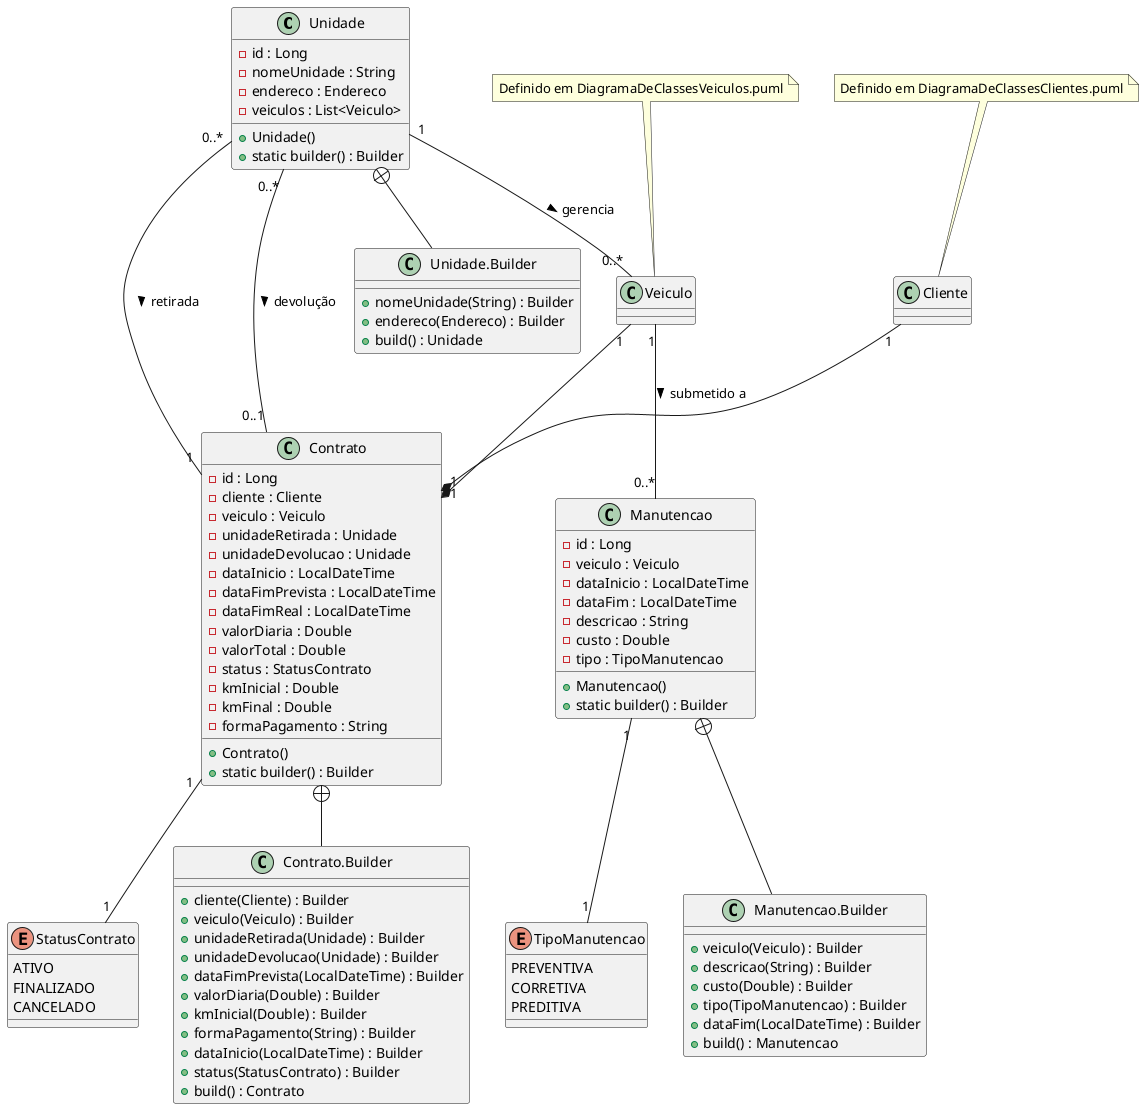
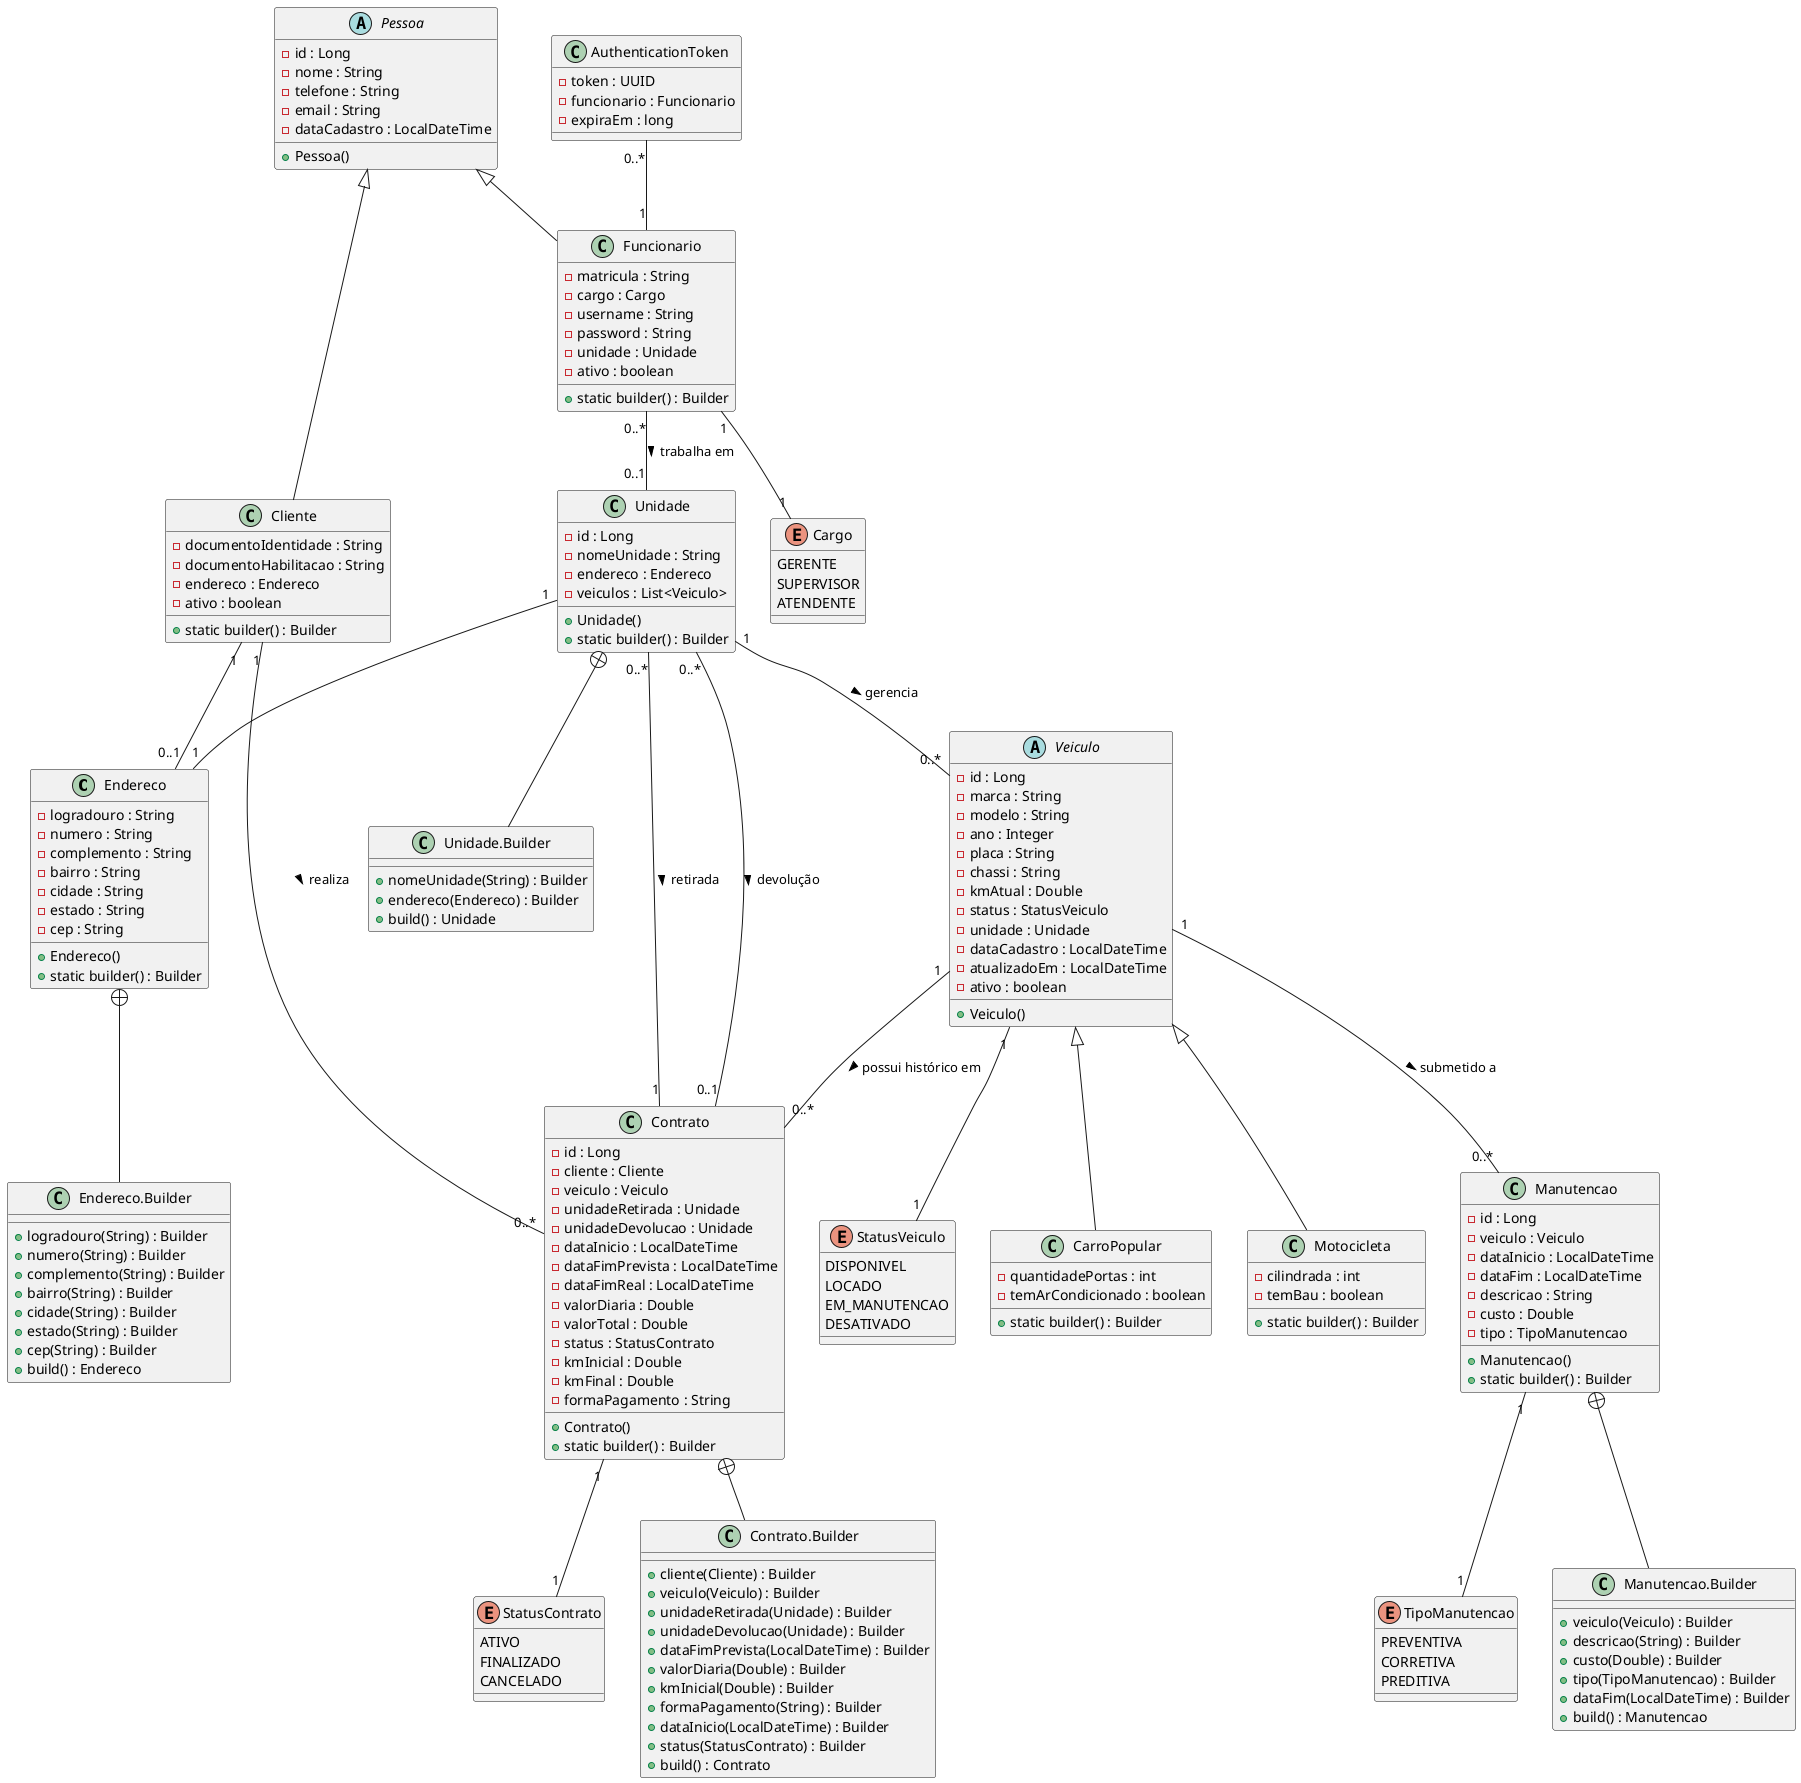
@startuml
+ 
+ class Endereco {
+   - logradouro : String
+   - numero : String
+   - complemento : String
+   - bairro : String
+   - cidade : String
+   - estado : String
+   - cep : String
+   + Endereco()
+   + static builder() : Builder
+ }
+ 
+ class "Endereco.Builder" as EnderecoBuilder {
+   + logradouro(String) : Builder
+   + numero(String) : Builder
+   + complemento(String) : Builder
+   + bairro(String) : Builder
+   + cidade(String) : Builder
+   + estado(String) : Builder
+   + cep(String) : Builder
+   + build() : Endereco
+ }
+ 
+ abstract class Pessoa {
+   - id : Long
+   - nome : String
+   - telefone : String
+   - email : String
+   - dataCadastro : LocalDateTime
+   + Pessoa()
+ }
+ 
+ class Cliente {
+   - documentoIdentidade : String
+   - documentoHabilitacao : String
+   - endereco : Endereco
+   - ativo : boolean
+   + static builder() : Builder
+ }
+ 
+ class Funcionario {
+   - matricula : String
+   - cargo : Cargo
+   - username : String
+   - password : String
+   - unidade : Unidade
+   - ativo : boolean
+   + static builder() : Builder
+ }
+ 
+ enum Cargo {
+   GERENTE
+   SUPERVISOR
+   ATENDENTE
+ }
+ 
+ class AuthenticationToken {
+   - token : UUID
+   - funcionario : Funcionario
+   - expiraEm : long
+ }

class Unidade {
  - id : Long
  - nomeUnidade : String
  - endereco : Endereco
  - veiculos : List<Veiculo>
  + Unidade()
  + static builder() : Builder
}

class "Unidade.Builder" as UnidadeBuilder {
  + nomeUnidade(String) : Builder
  + endereco(Endereco) : Builder
  + build() : Unidade
}

- class Veiculo
- note top of Veiculo: Definido em DiagramaDeClassesVeiculos.puml
+ abstract class Veiculo {
+   - id : Long
+   - marca : String
+   - modelo : String
+   - ano : Integer
+   - placa : String
+   - chassi : String
+   - kmAtual : Double
+   - status : StatusVeiculo
+   - unidade : Unidade
+   - dataCadastro : LocalDateTime
+   - atualizadoEm : LocalDateTime
+   - ativo : boolean
+   + Veiculo()
+ }
+ 
+ enum StatusVeiculo {
+   DISPONIVEL
+   LOCADO
+   EM_MANUTENCAO
+   DESATIVADO
+ }
+ 
+ class CarroPopular {
+   - quantidadePortas : int
+   - temArCondicionado : boolean
+   + static builder() : Builder
+ }
+ 
+ class Motocicleta {
+   - cilindrada : int
+   - temBau : boolean
+   + static builder() : Builder
+ }

class Manutencao {
  - id : Long
  - veiculo : Veiculo
  - dataInicio : LocalDateTime
  - dataFim : LocalDateTime
  - descricao : String
  - custo : Double
  - tipo : TipoManutencao
  + Manutencao()
  + static builder() : Builder
}

enum TipoManutencao {
  PREVENTIVA
  CORRETIVA
  PREDITIVA
}

class "Manutencao.Builder" as ManutencaoBuilder {
  + veiculo(Veiculo) : Builder
  + descricao(String) : Builder
  + custo(Double) : Builder
  + tipo(TipoManutencao) : Builder
  + dataFim(LocalDateTime) : Builder
  + build() : Manutencao
}

class Contrato {
  - id : Long
  - cliente : Cliente
  - veiculo : Veiculo
  - unidadeRetirada : Unidade
  - unidadeDevolucao : Unidade
  - dataInicio : LocalDateTime
  - dataFimPrevista : LocalDateTime
  - dataFimReal : LocalDateTime
  - valorDiaria : Double
  - valorTotal : Double
  - status : StatusContrato
  - kmInicial : Double
  - kmFinal : Double
  - formaPagamento : String
  + Contrato()
  + static builder() : Builder
}

enum StatusContrato {
  ATIVO
  FINALIZADO
  CANCELADO
}

class "Contrato.Builder" as ContratoBuilder {
  + cliente(Cliente) : Builder
  + veiculo(Veiculo) : Builder
  + unidadeRetirada(Unidade) : Builder
  + unidadeDevolucao(Unidade) : Builder
  + dataFimPrevista(LocalDateTime) : Builder
  + valorDiaria(Double) : Builder
  + kmInicial(Double) : Builder
  + formaPagamento(String) : Builder
  + dataInicio(LocalDateTime) : Builder
  + status(StatusContrato) : Builder
  + build() : Contrato
}

- class Cliente
- note top of Cliente: Definido em DiagramaDeClassesClientes.puml
- 
+ Pessoa <|-- Cliente
+ Pessoa <|-- Funcionario
+ Funcionario "1" -- "1" Cargo
+ Funcionario "0..*" -- "0..1" Unidade : trabalha em >
+ AuthenticationToken "0..*" -- "1" Funcionario
+ Unidade "1" -- "1" Endereco
+ Cliente "1" -- "0..1" Endereco
Unidade "1" -- "0..*" Veiculo : gerencia >
+ Veiculo <|-- CarroPopular
+ Veiculo <|-- Motocicleta
+ Veiculo "1" -- "1" StatusVeiculo
Veiculo "1" -- "0..*" Manutencao : submetido a >
Manutencao "1" -- "1" TipoManutencao
- Veiculo "1" --* "1" Contrato
- Cliente "1" --* "1" Contrato
+ Cliente "1" -- "0..*" Contrato : realiza >
+ Veiculo "1" -- "0..*" Contrato : possui histórico em >
Contrato "1" -- "1" StatusContrato
Unidade "0..*" -- "1" Contrato : retirada >
Unidade "0..*" -- "0..1" Contrato : devolução >
+ Endereco +-- EnderecoBuilder
Unidade +-- UnidadeBuilder
Manutencao +-- ManutencaoBuilder
Contrato +-- ContratoBuilder

@enduml
